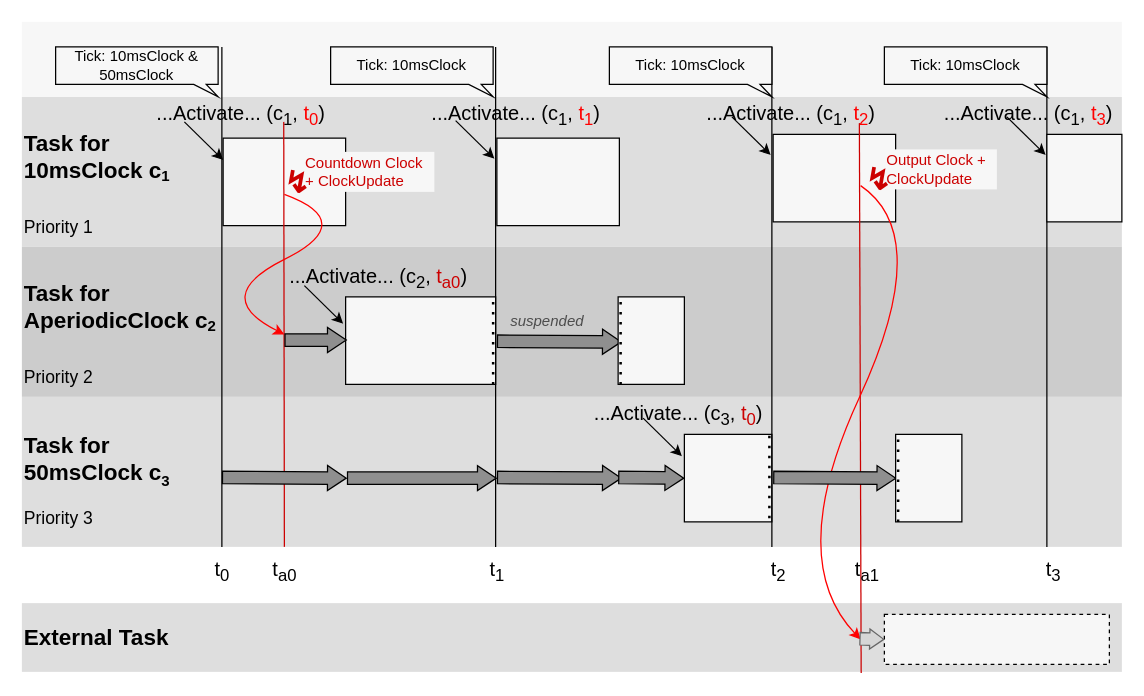
Above: docs/images/se_example.drawio in modelica/fmi-standard (draw.io), before the change. Source tidied: cells renumbered, new cells numbered last; positions are measured from the earlier drawing's top-left corner, leaving out a move shared by most shapes. Both pictures are drawn from the tidied source at 125%, with x=0, y=0 at pixel (21, 21).
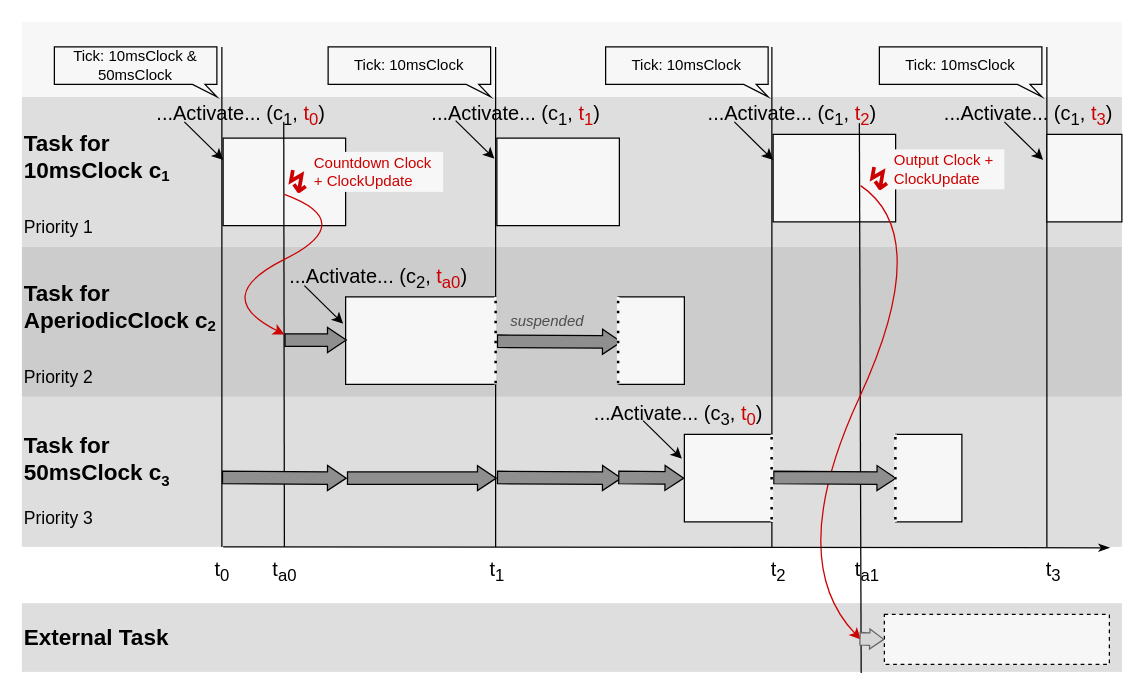
The same diagram, later.

Commit message (it also covers changes not shown here):
adjust se_example graphic

The change refers to these unchanged cells:
```xml
<mxCell id="4" value="&lt;b&gt;&lt;br&gt;&lt;/b&gt;&lt;div align=&quot;left&quot;&gt;&lt;b&gt;&lt;font style=&quot;font-size: 18px&quot;&gt;Task for&lt;/font&gt;&lt;/b&gt;&lt;br style=&quot;font-size: 18px&quot;&gt;&lt;b&gt;&lt;font style=&quot;font-size: 18px&quot;&gt; 50msClock c&lt;/font&gt;&lt;font style=&quot;font-size: 18px&quot; size=&quot;1&quot;&gt;&lt;sub style=&quot;font-size: 12px&quot;&gt;3&lt;/sub&gt;&lt;/font&gt;&lt;/b&gt;&lt;/div&gt;&lt;div align=&quot;left&quot;&gt;&lt;br&gt;&lt;div&gt;&lt;font size=&quot;1&quot;&gt;&lt;span style=&quot;font-weight: normal ; font-size: 14px&quot;&gt;Priority 3&lt;br&gt;&lt;/span&gt;&lt;/font&gt;&lt;/div&gt;&lt;/div&gt;" style="rounded=0;whiteSpace=wrap;html=1;strokeColor=none;fillColor=#DEDEDE;align=left;" parent="1" vertex="1">
  <mxGeometry y="300" width="880" height="120" as="geometry" />
</mxCell>
<mxCell id="43" value="&lt;b&gt;&lt;font style=&quot;font-size: 18px&quot;&gt;External Task&lt;/font&gt;&lt;/b&gt;" style="rounded=0;whiteSpace=wrap;html=1;strokeColor=none;fillColor=#DEDEDE;align=left;" parent="1" vertex="1">
  <mxGeometry y="465" width="880" height="55" as="geometry" />
</mxCell>
<mxCell id="48" value="&lt;h1 class=&quot;navigable-headline&quot; id=&quot;gen-h1-1-00000001&quot;&gt;&lt;span class=&quot;code char&quot;&gt;↯&lt;/span&gt;&lt;/h1&gt;" style="text;html=1;align=center;verticalAlign=middle;points=[];fillColor=none;strokeColor=none;rounded=0;fontSize=12;fontColor=#CC0000;" parent="1" vertex="1">
  <mxGeometry x="670" y="102" width="30" height="50" as="geometry" />
</mxCell>
```

What changed in the source:
```diff
@@
     <mxCell id="7" value="Tick: 10msClock &amp;amp;&lt;br&gt;50msClock" style="shape=callout;whiteSpace=wrap;html=1;perimeter=calloutPerimeter;fillColor=#F7F7F7;rotation=0;size=10;position=0.85;position2=1;base=10;" parent="1" vertex="1">
-      <mxGeometry x="27" y="20" width="130" height="40" as="geometry" />
+      <mxGeometry x="26" y="20" width="130" height="40" as="geometry" />
     </mxCell>
@@
-    <mxCell id="10" value="&lt;font style=&quot;font-size: 16px&quot;&gt;...Activate... (c&lt;sub&gt;1&lt;/sub&gt;, &lt;font color=&quot;#FF0000&quot;&gt;t&lt;sub&gt;0&lt;/sub&gt;&lt;/font&gt;)&lt;/font&gt;" style="text;html=1;align=center;verticalAlign=middle;fillColor=none;strokeColor=none;rounded=0;fontSize=14;" parent="1" vertex="1">
+    <mxCell id="10" value="&lt;font style=&quot;font-size: 16px&quot;&gt;...Activate... (c&lt;sub&gt;1&lt;/sub&gt;, &lt;font color=&quot;#cc0000&quot;&gt;t&lt;sub&gt;0&lt;/sub&gt;&lt;/font&gt;)&lt;/font&gt;" style="text;html=1;align=center;verticalAlign=middle;fillColor=none;strokeColor=none;rounded=0;fontSize=14;" parent="1" vertex="1">
       <mxGeometry x="100" y="60" width="150" height="30" as="geometry" />
     </mxCell>
-    <mxCell id="11" style="endArrow=none;html=1;rounded=0;strokeColor=#CC0000;" parent="1" edge="1">
+    <mxCell id="11" style="endArrow=none;html=1;rounded=0;strokeColor=#000000;" parent="1" edge="1">
       <mxGeometry relative="1" as="geometry">
         <mxPoint x="210" y="420" as="sourcePoint" />
         <mxPoint x="209.5" y="80" as="targetPoint" />
       </mxGeometry>
     </mxCell>
@@
-    <mxCell id="17" style="curved=1;endArrow=classic;html=1;rounded=0;fontSize=16;fontColor=#FF0000;strokeColor=#FF0000;" parent="1" edge="1">
+    <mxCell id="17" style="curved=1;endArrow=classic;html=1;rounded=0;fontSize=16;fontColor=#FF0000;strokeColor=#CC0000;" parent="1" edge="1">
       <mxGeometry relative="1" as="geometry">
         <mxPoint x="210" y="138" as="sourcePoint" />
         <mxPoint x="210" y="250" as="targetPoint" />
         <Array as="points">
           <mxPoint x="270" y="160" />
           <mxPoint x="150" y="220" />
         </Array>
       </mxGeometry>
     </mxCell>
@@
     <mxCell id="20" value="Countdown Clock + ClockUpdate" style="rounded=0;whiteSpace=wrap;html=1;fontSize=12;fontColor=#CC0000;fillColor=#F7F7F7;strokeColor=none;align=left;" parent="1" vertex="1">
-      <mxGeometry x="225" y="104" width="105" height="32" as="geometry" />
+      <mxGeometry x="232" y="104" width="105" height="32" as="geometry" />
     </mxCell>
-    <mxCell id="21" style="endArrow=none;dashed=1;html=1;dashPattern=1 3;strokeWidth=2;rounded=0;fontSize=14;fontColor=#CC0000;fillColor=#8F8F8F;entryX=1;entryY=0;entryDx=0;entryDy=0;" parent="1" edge="1">
-      <mxGeometry relative="1" as="geometry">
-        <mxPoint x="377" y="290" as="sourcePoint" />
-        <mxPoint x="377" y="220" as="targetPoint" />
-      </mxGeometry>
-    </mxCell>
@@
     <mxCell id="23" value="Tick: 10msClock" style="shape=callout;whiteSpace=wrap;html=1;perimeter=calloutPerimeter;fillColor=#F7F7F7;rotation=0;size=10;position=0.85;position2=1;base=10;" parent="1" vertex="1">
-      <mxGeometry x="247" y="20" width="130" height="40" as="geometry" />
+      <mxGeometry x="245" y="20" width="130" height="40" as="geometry" />
     </mxCell>
-    <mxCell id="24" value="&lt;font style=&quot;font-size: 16px&quot;&gt;...Activate... (c&lt;sub&gt;1&lt;/sub&gt;, &lt;font color=&quot;#FF0000&quot;&gt;t&lt;sub&gt;1&lt;/sub&gt;&lt;/font&gt;)&lt;/font&gt;" style="text;html=1;align=center;verticalAlign=middle;fillColor=none;strokeColor=none;rounded=0;fontSize=14;" parent="1" vertex="1">
+    <mxCell id="24" value="&lt;font style=&quot;font-size: 16px&quot;&gt;...Activate... (c&lt;sub&gt;1&lt;/sub&gt;, &lt;font color=&quot;#cc0000&quot;&gt;t&lt;sub&gt;1&lt;/sub&gt;&lt;/font&gt;)&lt;/font&gt;" style="text;html=1;align=center;verticalAlign=middle;fillColor=none;strokeColor=none;rounded=0;fontSize=14;" parent="1" vertex="1">
       <mxGeometry x="320" y="60" width="150" height="30" as="geometry" />
     </mxCell>
@@
-    <mxCell id="28" style="endArrow=none;dashed=1;html=1;dashPattern=1 3;strokeWidth=2;rounded=0;fontSize=14;fontColor=#CC0000;fillColor=#8F8F8F;entryX=1;entryY=0;entryDx=0;entryDy=0;" parent="1" edge="1">
-      <mxGeometry relative="1" as="geometry">
-        <mxPoint x="479" y="290" as="sourcePoint" />
-        <mxPoint x="479" y="220" as="targetPoint" />
-      </mxGeometry>
-    </mxCell>
@@
-    <mxCell id="35" style="endArrow=none;dashed=1;html=1;dashPattern=1 3;strokeWidth=2;rounded=0;fontSize=14;fontColor=#CC0000;fillColor=#8F8F8F;entryX=1;entryY=0;entryDx=0;entryDy=0;" parent="1" edge="1">
-      <mxGeometry relative="1" as="geometry">
-        <mxPoint x="598" y="397" as="sourcePoint" />
-        <mxPoint x="598" y="327" as="targetPoint" />
-      </mxGeometry>
-    </mxCell>
-    <mxCell id="36" style="endArrow=classic;html=1;rounded=0;fontSize=14;entryX=0;entryY=0.25;entryDx=0;entryDy=0;" parent="1" edge="1">
-      <mxGeometry relative="1" as="geometry">
-        <mxPoint x="497" y="317" as="sourcePoint" />
-        <mxPoint x="528" y="347.5" as="targetPoint" />
-      </mxGeometry>
-    </mxCell>
@@
-    <mxCell id="39" value="&lt;font style=&quot;font-size: 16px&quot;&gt;...Activate... (c&lt;sub&gt;1&lt;/sub&gt;, &lt;font color=&quot;#FF0000&quot;&gt;t&lt;sub&gt;2&lt;/sub&gt;&lt;/font&gt;)&lt;/font&gt;" style="text;html=1;align=center;verticalAlign=middle;fillColor=none;strokeColor=none;rounded=0;fontSize=14;" parent="1" vertex="1">
-      <mxGeometry x="540" y="60" width="150" height="30" as="geometry" />
+    <mxCell id="39" value="&lt;font style=&quot;font-size: 16px&quot;&gt;...Activate... (c&lt;sub&gt;1&lt;/sub&gt;, &lt;font color=&quot;#cc0000&quot;&gt;t&lt;sub&gt;2&lt;/sub&gt;&lt;/font&gt;)&lt;/font&gt;" style="text;html=1;align=center;verticalAlign=middle;fillColor=none;strokeColor=none;rounded=0;fontSize=14;" parent="1" vertex="1">
+      <mxGeometry x="541" y="60" width="150" height="30" as="geometry" />
     </mxCell>
-    <mxCell id="40" style="endArrow=classic;html=1;rounded=0;fontSize=14;entryX=0;entryY=0.25;entryDx=0;entryDy=0;" parent="1" edge="1">
-      <mxGeometry relative="1" as="geometry">
-        <mxPoint x="568" y="76" as="sourcePoint" />
-        <mxPoint x="599" y="106.5" as="targetPoint" />
-      </mxGeometry>
-    </mxCell>
@@
     <mxCell id="42" value="Tick: 10msClock" style="shape=callout;whiteSpace=wrap;html=1;perimeter=calloutPerimeter;fillColor=#F7F7F7;rotation=0;size=10;position=0.85;position2=1;base=10;" parent="1" vertex="1">
-      <mxGeometry x="470" y="20" width="130" height="40" as="geometry" />
+      <mxGeometry x="467" y="20" width="130" height="40" as="geometry" />
     </mxCell>
@@
-    <mxCell id="46" style="endArrow=none;html=1;rounded=0;strokeColor=#CC0000;exitX=0.763;exitY=1.018;exitDx=0;exitDy=0;exitPerimeter=0;" parent="1" edge="1" source="43">
+    <mxCell id="46" style="endArrow=none;html=1;rounded=0;strokeColor=#000000;exitX=0.763;exitY=1.018;exitDx=0;exitDy=0;exitPerimeter=0;" parent="1" edge="1" source="43">
       <mxGeometry relative="1" as="geometry">
         <mxPoint x="670" y="81" as="targetPoint" />
       </mxGeometry>
     </mxCell>
     <mxCell id="47" value="Output Clock + ClockUpdate" style="rounded=0;whiteSpace=wrap;html=1;fontSize=12;fontColor=#CC0000;fillColor=#F7F7F7;strokeColor=none;align=left;" parent="1" vertex="1">
-      <mxGeometry x="690" y="102" width="90" height="32" as="geometry" />
+      <mxGeometry x="696" y="102" width="90" height="32" as="geometry" />
     </mxCell>
@@
-    <mxCell id="49" style="curved=1;endArrow=classic;html=1;rounded=0;fontSize=16;fontColor=#FF0000;strokeColor=#FF0000;exitX=0.033;exitY=0.58;exitDx=0;exitDy=0;exitPerimeter=0;" parent="1" edge="1" source="48">
+    <mxCell id="49" style="curved=1;endArrow=classic;html=1;rounded=0;fontSize=16;fontColor=#FF0000;strokeColor=#CC0000;exitX=0.033;exitY=0.58;exitDx=0;exitDy=0;exitPerimeter=0;" parent="1" edge="1" source="48">
       <mxGeometry relative="1" as="geometry">
         <mxPoint x="671" y="494" as="targetPoint" />
         <Array as="points">
           <mxPoint x="730" y="171" />
           <mxPoint x="610" y="430" />
         </Array>
       </mxGeometry>
     </mxCell>
@@
-    <mxCell id="54" style="endArrow=none;dashed=1;html=1;dashPattern=1 3;strokeWidth=2;rounded=0;fontSize=14;fontColor=#CC0000;fillColor=#8F8F8F;entryX=1;entryY=0;entryDx=0;entryDy=0;" parent="1" edge="1">
-      <mxGeometry relative="1" as="geometry">
-        <mxPoint x="701" y="400" as="sourcePoint" />
-        <mxPoint x="701" y="330" as="targetPoint" />
-      </mxGeometry>
-    </mxCell>
@@
-    <mxCell id="60" value="&lt;font style=&quot;font-size: 16px&quot;&gt;...Activate... (c&lt;sub&gt;1&lt;/sub&gt;, &lt;font color=&quot;#FF0000&quot;&gt;t&lt;sub&gt;3&lt;/sub&gt;&lt;/font&gt;)&lt;/font&gt;" style="text;html=1;align=center;verticalAlign=middle;fillColor=none;strokeColor=none;rounded=0;fontSize=14;" parent="1" vertex="1">
+    <mxCell id="60" value="&lt;font style=&quot;font-size: 16px&quot;&gt;...Activate... (c&lt;sub&gt;1&lt;/sub&gt;, &lt;font color=&quot;#cc0000&quot;&gt;t&lt;sub&gt;3&lt;/sub&gt;&lt;/font&gt;)&lt;/font&gt;" style="text;html=1;align=center;verticalAlign=middle;fillColor=none;strokeColor=none;rounded=0;fontSize=14;" parent="1" vertex="1">
       <mxGeometry x="730" y="60" width="150" height="30" as="geometry" />
     </mxCell>
-    <mxCell id="61" style="endArrow=classic;html=1;rounded=0;fontSize=14;entryX=0;entryY=0.25;entryDx=0;entryDy=0;" parent="1" edge="1">
-      <mxGeometry relative="1" as="geometry">
-        <mxPoint x="788" y="76" as="sourcePoint" />
-        <mxPoint x="819" y="106.5" as="targetPoint" />
-      </mxGeometry>
-    </mxCell>
     <mxCell id="62" value="Tick: 10msClock" style="shape=callout;whiteSpace=wrap;html=1;perimeter=calloutPerimeter;fillColor=#F7F7F7;rotation=0;size=10;position=0.85;position2=1;base=10;" parent="1" vertex="1">
-      <mxGeometry x="690" y="20" width="130" height="40" as="geometry" />
+      <mxGeometry x="686" y="20" width="130" height="40" as="geometry" />
     </mxCell>
+    <mxCell id="63" style="endArrow=classic;html=1;rounded=0;fontSize=14;entryX=0;entryY=0.25;entryDx=0;entryDy=0;" parent="1" edge="1">
+      <mxGeometry relative="1" as="geometry">
+        <mxPoint x="570" y="80" as="sourcePoint" />
+        <mxPoint x="601" y="110.5" as="targetPoint" />
+      </mxGeometry>
+    </mxCell>
+    <mxCell id="64" style="endArrow=classic;html=1;rounded=0;fontSize=14;entryX=0;entryY=0.25;entryDx=0;entryDy=0;" parent="1" edge="1">
+      <mxGeometry relative="1" as="geometry">
+        <mxPoint x="786" y="80" as="sourcePoint" />
+        <mxPoint x="817" y="110.5" as="targetPoint" />
+      </mxGeometry>
+    </mxCell>
+    <mxCell id="65" style="endArrow=none;html=1;strokeWidth=2;rounded=0;fontSize=14;fontColor=#CC0000;fillColor=#8F8F8F;entryX=1;entryY=0;entryDx=0;entryDy=0;strokeColor=#F7F7F7;" parent="1" edge="1">
+      <mxGeometry relative="1" as="geometry">
+        <mxPoint x="600" y="400" as="sourcePoint" />
+        <mxPoint x="600" y="330" as="targetPoint" />
+      </mxGeometry>
+    </mxCell>
+    <mxCell id="66" style="endArrow=none;dashed=1;html=1;dashPattern=1 3;strokeWidth=2;rounded=0;fontSize=14;fontColor=#CC0000;fillColor=#8F8F8F;entryX=1;entryY=0;entryDx=0;entryDy=0;" parent="1" edge="1">
+      <mxGeometry relative="1" as="geometry">
+        <mxPoint x="599.8" y="398" as="sourcePoint" />
+        <mxPoint x="599.8" y="328" as="targetPoint" />
+      </mxGeometry>
+    </mxCell>
+    <mxCell id="67" style="endArrow=none;html=1;strokeWidth=2;rounded=0;fontSize=14;fontColor=#CC0000;fillColor=#8F8F8F;entryX=1;entryY=0;entryDx=0;entryDy=0;strokeColor=#F7F7F7;" parent="1" edge="1">
+      <mxGeometry relative="1" as="geometry">
+        <mxPoint x="699" y="400" as="sourcePoint" />
+        <mxPoint x="699" y="330" as="targetPoint" />
+      </mxGeometry>
+    </mxCell>
+    <mxCell id="68" style="endArrow=none;dashed=1;html=1;dashPattern=1 3;strokeWidth=2;rounded=0;fontSize=14;fontColor=#CC0000;fillColor=#8F8F8F;entryX=1;entryY=0;entryDx=0;entryDy=0;" parent="1" edge="1">
+      <mxGeometry relative="1" as="geometry">
+        <mxPoint x="698.8" y="398" as="sourcePoint" />
+        <mxPoint x="698.8" y="328" as="targetPoint" />
+      </mxGeometry>
+    </mxCell>
+    <mxCell id="69" style="endArrow=classic;html=1;rounded=0;fontSize=14;entryX=0;entryY=0.25;entryDx=0;entryDy=0;" parent="1" edge="1">
+      <mxGeometry relative="1" as="geometry">
+        <mxPoint x="497" y="319" as="sourcePoint" />
+        <mxPoint x="528" y="349.5" as="targetPoint" />
+      </mxGeometry>
+    </mxCell>
+    <mxCell id="70" style="endArrow=none;html=1;rounded=0;exitX=0.989;exitY=1.006;exitDx=0;exitDy=0;exitPerimeter=0;fontSize=16;fontColor=#FF0000;strokeColor=#000000;startArrow=classicThin;startFill=1;endFill=0;" parent="1" edge="1" source="4">
+      <mxGeometry relative="1" as="geometry">
+        <mxPoint x="161" y="420" as="targetPoint" />
+      </mxGeometry>
+    </mxCell>
+    <mxCell id="71" style="endArrow=none;html=1;strokeWidth=2;rounded=0;fontSize=14;fontColor=#CC0000;fillColor=#8F8F8F;entryX=1;entryY=0;entryDx=0;entryDy=0;strokeColor=#F7F7F7;" parent="1" edge="1">
+      <mxGeometry relative="1" as="geometry">
+        <mxPoint x="477" y="290" as="sourcePoint" />
+        <mxPoint x="477" y="220" as="targetPoint" />
+      </mxGeometry>
+    </mxCell>
+    <mxCell id="72" style="endArrow=none;html=1;strokeWidth=2;rounded=0;fontSize=14;fontColor=#CC0000;fillColor=#8F8F8F;entryX=1;entryY=0;entryDx=0;entryDy=0;strokeColor=#F7F7F7;" parent="1" edge="1">
+      <mxGeometry relative="1" as="geometry">
+        <mxPoint x="378.9" y="290" as="sourcePoint" />
+        <mxPoint x="378.9" y="220" as="targetPoint" />
+      </mxGeometry>
+    </mxCell>
+    <mxCell id="73" style="endArrow=none;dashed=1;html=1;dashPattern=1 3;strokeWidth=2;rounded=0;fontSize=14;fontColor=#CC0000;fillColor=#8F8F8F;entryX=1;entryY=0;entryDx=0;entryDy=0;" parent="1" edge="1">
+      <mxGeometry relative="1" as="geometry">
+        <mxPoint x="477" y="289" as="sourcePoint" />
+        <mxPoint x="477" y="219" as="targetPoint" />
+      </mxGeometry>
+    </mxCell>
+    <mxCell id="74" style="endArrow=none;dashed=1;html=1;dashPattern=1 3;strokeWidth=2;rounded=0;fontSize=14;fontColor=#CC0000;fillColor=#8F8F8F;entryX=1;entryY=0;entryDx=0;entryDy=0;" parent="1" edge="1">
+      <mxGeometry relative="1" as="geometry">
+        <mxPoint x="379" y="289" as="sourcePoint" />
+        <mxPoint x="379" y="219" as="targetPoint" />
+      </mxGeometry>
+    </mxCell>
```
